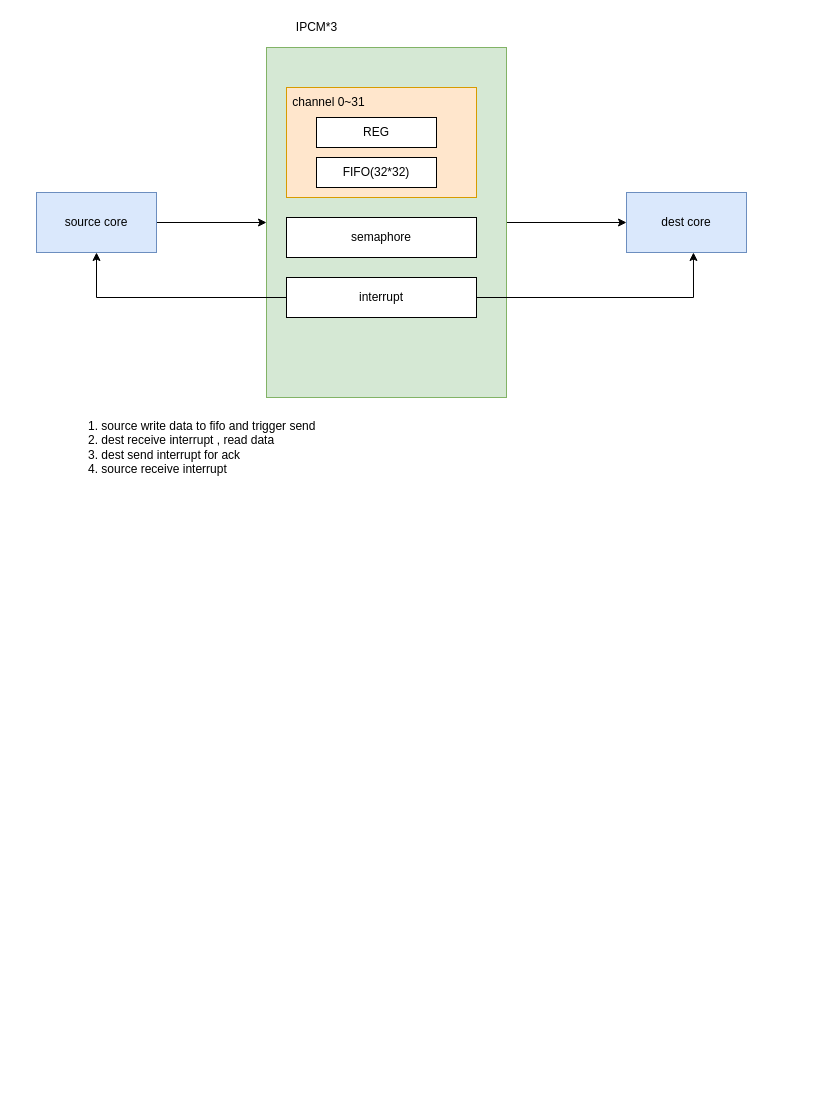
Earlier version of the draw.io diagram page "mailbox" (10 of 10) of alius.drawio (thomas-coding/drawio). Source tidied: cells renumbered, new cells numbered last; positions are measured from the earlier drawing's top-left corner, leaving out a move shared by most shapes. Both pictures are drawn from the tidied source at 100%, with x=0, y=0 at pixel (36, 17).
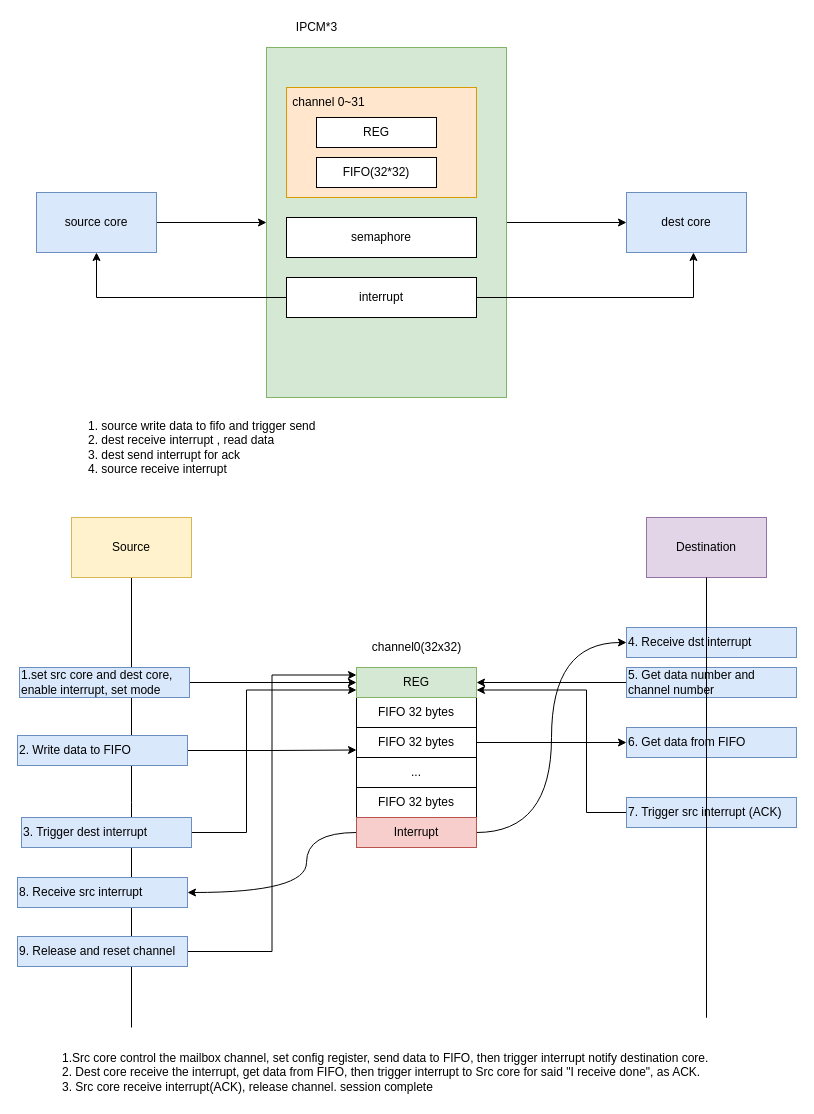
After the change.

Diff of the diagram source:
```diff
@@
+    <mxCell id="17" style="edgeStyle=orthogonalEdgeStyle;rounded=0;jettySize=auto;html=1;endArrow=none;endFill=0;strokeColor=#000000;strokeWidth=1;" parent="1" edge="1" source="18">
+      <mxGeometry relative="1" as="geometry">
+        <mxPoint x="95" y="1010" as="targetPoint" />
+      </mxGeometry>
+    </mxCell>
+    <mxCell id="18" value="Source" style="rounded=0;whiteSpace=wrap;html=1;fillColor=#fff2cc;strokeColor=#d6b656;" parent="1" vertex="1">
+      <mxGeometry x="35" y="500" width="120" height="60" as="geometry" />
+    </mxCell>
+    <mxCell id="19" style="edgeStyle=orthogonalEdgeStyle;rounded=0;jettySize=auto;html=1;endArrow=none;endFill=0;" parent="1" edge="1" source="20">
+      <mxGeometry relative="1" as="geometry">
+        <mxPoint x="670" y="1000" as="targetPoint" />
+      </mxGeometry>
+    </mxCell>
+    <mxCell id="20" value="Destination" style="rounded=0;whiteSpace=wrap;html=1;fillColor=#e1d5e7;strokeColor=#9673a6;" parent="1" vertex="1">
+      <mxGeometry x="610" y="500" width="120" height="60" as="geometry" />
+    </mxCell>
+    <mxCell id="21" value="FIFO 32 bytes" style="rounded=0;whiteSpace=wrap;html=1;" parent="1" vertex="1">
+      <mxGeometry x="320" y="680" width="120" height="30" as="geometry" />
+    </mxCell>
+    <mxCell id="22" style="edgeStyle=orthogonalEdgeStyle;rounded=0;jettySize=auto;html=1;entryX=0;entryY=0.5;entryDx=0;entryDy=0;endArrow=classic;endFill=1;" parent="1" edge="1" source="23" target="29">
+      <mxGeometry relative="1" as="geometry" />
+    </mxCell>
+    <mxCell id="23" value="1.set src core and dest core, enable interrupt, set mode" style="text;html=1;strokeColor=#6c8ebf;fillColor=#dae8fc;align=left;verticalAlign=middle;whiteSpace=wrap;rounded=0;" parent="1" vertex="1">
+      <mxGeometry x="-17" y="650" width="170" height="30" as="geometry" />
+    </mxCell>
+    <mxCell id="24" value="&lt;span&gt;channel0(32x32)&lt;/span&gt;" style="text;html=1;align=center;verticalAlign=middle;strokeColor=none;fillColor=none;" parent="1" vertex="1">
+      <mxGeometry x="330" y="620" width="100" height="20" as="geometry" />
+    </mxCell>
+    <mxCell id="25" style="edgeStyle=orthogonalEdgeStyle;rounded=0;jettySize=auto;html=1;entryX=0;entryY=0.5;entryDx=0;entryDy=0;endArrow=classic;endFill=1;strokeColor=#000000;strokeWidth=1;" parent="1" edge="1" source="26" target="40">
+      <mxGeometry relative="1" as="geometry" />
+    </mxCell>
+    <mxCell id="26" value="FIFO 32 bytes" style="rounded=0;whiteSpace=wrap;html=1;" parent="1" vertex="1">
+      <mxGeometry x="320" y="710" width="120" height="30" as="geometry" />
+    </mxCell>
+    <mxCell id="27" value="..." style="rounded=0;whiteSpace=wrap;html=1;" parent="1" vertex="1">
+      <mxGeometry x="320" y="740" width="120" height="30" as="geometry" />
+    </mxCell>
+    <mxCell id="28" value="FIFO 32 bytes" style="rounded=0;whiteSpace=wrap;html=1;" parent="1" vertex="1">
+      <mxGeometry x="320" y="770" width="120" height="30" as="geometry" />
+    </mxCell>
+    <mxCell id="29" value="REG" style="rounded=0;whiteSpace=wrap;html=1;fillColor=#d5e8d4;strokeColor=#82b366;" parent="1" vertex="1">
+      <mxGeometry x="320" y="650" width="120" height="30" as="geometry" />
+    </mxCell>
+    <mxCell id="30" style="edgeStyle=orthogonalEdgeStyle;jettySize=auto;html=1;entryX=0;entryY=0.5;entryDx=0;entryDy=0;endArrow=classic;endFill=1;strokeColor=#000000;strokeWidth=1;curved=1;" parent="1" edge="1" source="32" target="37">
+      <mxGeometry relative="1" as="geometry" />
+    </mxCell>
+    <mxCell id="31" style="edgeStyle=orthogonalEdgeStyle;jettySize=auto;html=1;entryX=1;entryY=0.5;entryDx=0;entryDy=0;endArrow=classic;endFill=1;strokeColor=#000000;strokeWidth=1;curved=1;" parent="1" edge="1" source="32" target="46">
+      <mxGeometry relative="1" as="geometry">
+        <Array as="points">
+          <mxPoint x="270" y="815" />
+          <mxPoint x="270" y="875" />
+        </Array>
+      </mxGeometry>
+    </mxCell>
+    <mxCell id="32" value="Interrupt" style="rounded=0;whiteSpace=wrap;html=1;fillColor=#f8cecc;strokeColor=#b85450;" parent="1" vertex="1">
+      <mxGeometry x="320" y="800" width="120" height="30" as="geometry" />
+    </mxCell>
+    <mxCell id="33" style="edgeStyle=orthogonalEdgeStyle;rounded=0;jettySize=auto;html=1;entryX=0;entryY=0.75;entryDx=0;entryDy=0;endArrow=classic;endFill=1;" parent="1" edge="1" source="34" target="26">
+      <mxGeometry relative="1" as="geometry" />
+    </mxCell>
+    <mxCell id="34" value="2. Write data to FIFO" style="text;html=1;strokeColor=#6c8ebf;fillColor=#dae8fc;align=left;verticalAlign=middle;whiteSpace=wrap;rounded=0;" parent="1" vertex="1">
+      <mxGeometry x="-19" y="718" width="170" height="30" as="geometry" />
+    </mxCell>
+    <mxCell id="35" style="edgeStyle=orthogonalEdgeStyle;rounded=0;jettySize=auto;html=1;entryX=0;entryY=0.75;entryDx=0;entryDy=0;endArrow=classic;endFill=1;strokeColor=#000000;strokeWidth=1;" parent="1" edge="1" source="36" target="29">
+      <mxGeometry relative="1" as="geometry">
+        <Array as="points">
+          <mxPoint x="210" y="815" />
+          <mxPoint x="210" y="673" />
+        </Array>
+      </mxGeometry>
+    </mxCell>
+    <mxCell id="36" value="3. Trigger dest interrupt" style="text;html=1;strokeColor=#6c8ebf;fillColor=#dae8fc;align=left;verticalAlign=middle;whiteSpace=wrap;rounded=0;" parent="1" vertex="1">
+      <mxGeometry x="-15" y="800" width="170" height="30" as="geometry" />
+    </mxCell>
+    <mxCell id="37" value="4. Receive dst interrupt" style="text;html=1;strokeColor=#6c8ebf;fillColor=#dae8fc;align=left;verticalAlign=middle;whiteSpace=wrap;rounded=0;" parent="1" vertex="1">
+      <mxGeometry x="590" y="610" width="170" height="30" as="geometry" />
+    </mxCell>
+    <mxCell id="38" style="edgeStyle=orthogonalEdgeStyle;rounded=0;jettySize=auto;html=1;entryX=1;entryY=0.5;entryDx=0;entryDy=0;endArrow=classic;endFill=1;strokeColor=#000000;strokeWidth=1;" parent="1" edge="1" source="39" target="29">
+      <mxGeometry relative="1" as="geometry" />
+    </mxCell>
+    <mxCell id="39" value="5. Get data number and&amp;nbsp; channel number" style="text;html=1;strokeColor=#6c8ebf;fillColor=#dae8fc;align=left;verticalAlign=middle;whiteSpace=wrap;rounded=0;" parent="1" vertex="1">
+      <mxGeometry x="590" y="650" width="170" height="30" as="geometry" />
+    </mxCell>
+    <mxCell id="40" value="6. Get data from FIFO" style="text;html=1;strokeColor=#6c8ebf;fillColor=#dae8fc;align=left;verticalAlign=middle;whiteSpace=wrap;rounded=0;" parent="1" vertex="1">
+      <mxGeometry x="590" y="710" width="170" height="30" as="geometry" />
+    </mxCell>
+    <mxCell id="41" style="edgeStyle=orthogonalEdgeStyle;rounded=0;jettySize=auto;html=1;entryX=1;entryY=0.75;entryDx=0;entryDy=0;endArrow=classic;endFill=1;strokeColor=#000000;strokeWidth=1;" parent="1" edge="1" source="42" target="29">
+      <mxGeometry relative="1" as="geometry">
+        <Array as="points">
+          <mxPoint x="550" y="795" />
+          <mxPoint x="550" y="673" />
+        </Array>
+      </mxGeometry>
+    </mxCell>
+    <mxCell id="42" value="7. Trigger src interrupt (ACK)" style="text;html=1;strokeColor=#6c8ebf;fillColor=#dae8fc;align=left;verticalAlign=middle;whiteSpace=wrap;rounded=0;" parent="1" vertex="1">
+      <mxGeometry x="590" y="780" width="170" height="30" as="geometry" />
+    </mxCell>
+    <mxCell id="43" style="edgeStyle=orthogonalEdgeStyle;rounded=0;jettySize=auto;html=1;entryX=0;entryY=0.25;entryDx=0;entryDy=0;endArrow=classic;endFill=1;strokeColor=#000000;strokeWidth=1;" parent="1" edge="1" source="44" target="29">
+      <mxGeometry relative="1" as="geometry" />
+    </mxCell>
+    <mxCell id="44" value="9. Release and reset channel" style="text;html=1;strokeColor=#6c8ebf;fillColor=#dae8fc;align=left;verticalAlign=middle;whiteSpace=wrap;rounded=0;" parent="1" vertex="1">
+      <mxGeometry x="-19" y="919" width="170" height="30" as="geometry" />
+    </mxCell>
+    <mxCell id="45" style="edgeStyle=orthogonalEdgeStyle;rounded=0;jettySize=auto;html=1;endArrow=none;endFill=0;" parent="1" edge="1" source="20">
+      <mxGeometry relative="1" as="geometry">
+        <mxPoint x="670" y="1000" as="targetPoint" />
+        <Array as="points">
+          <mxPoint x="670" y="950" />
+          <mxPoint x="670" y="950" />
+        </Array>
+      </mxGeometry>
+    </mxCell>
+    <mxCell id="46" value="8. Receive src interrupt" style="text;html=1;strokeColor=#6c8ebf;fillColor=#dae8fc;align=left;verticalAlign=middle;whiteSpace=wrap;rounded=0;" parent="1" vertex="1">
+      <mxGeometry x="-19" y="860" width="170" height="30" as="geometry" />
+    </mxCell>
+    <mxCell id="47" value="1.Src core control the mailbox channel, set config register, send data to FIFO, then trigger interrupt notify destination core.&lt;br&gt;2. Dest core receive the interrupt, get data from FIFO, then trigger interrupt to Src core for said &quot;I receive done&quot;, as ACK.&lt;br&gt;3. Src core receive interrupt(ACK), release channel. session complete&amp;nbsp;" style="text;html=1;align=left;verticalAlign=middle;strokeColor=none;fillColor=none;" parent="1" vertex="1">
+      <mxGeometry x="24" y="1030" width="660" height="50" as="geometry" />
+    </mxCell>
```
